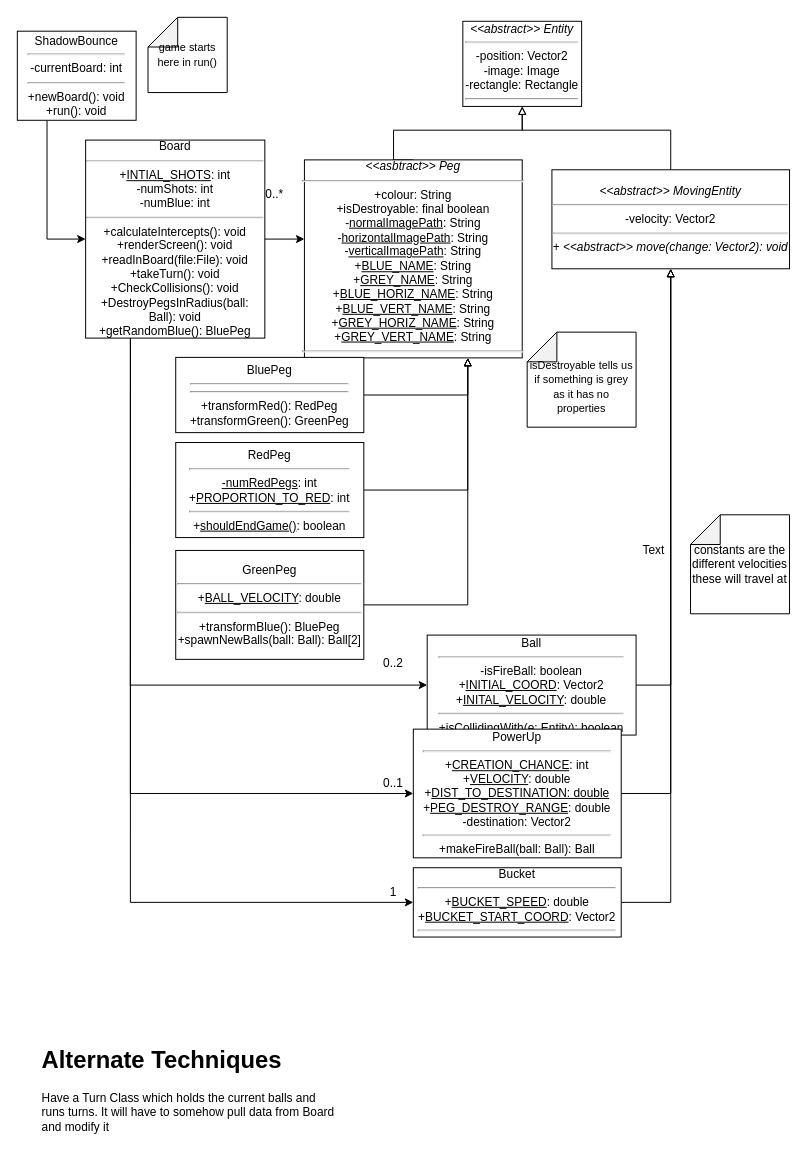
Earlier version of the draw.io diagram Untitled Diagram.drawio (adleris/SWEN20003). Source tidied: cells renumbered, new cells numbered last; positions are measured from the earlier drawing's top-left corner, leaving out a move shared by most shapes. Both pictures are drawn from the tidied source at 99%, with x=0, y=0 at pixel (17, 17).
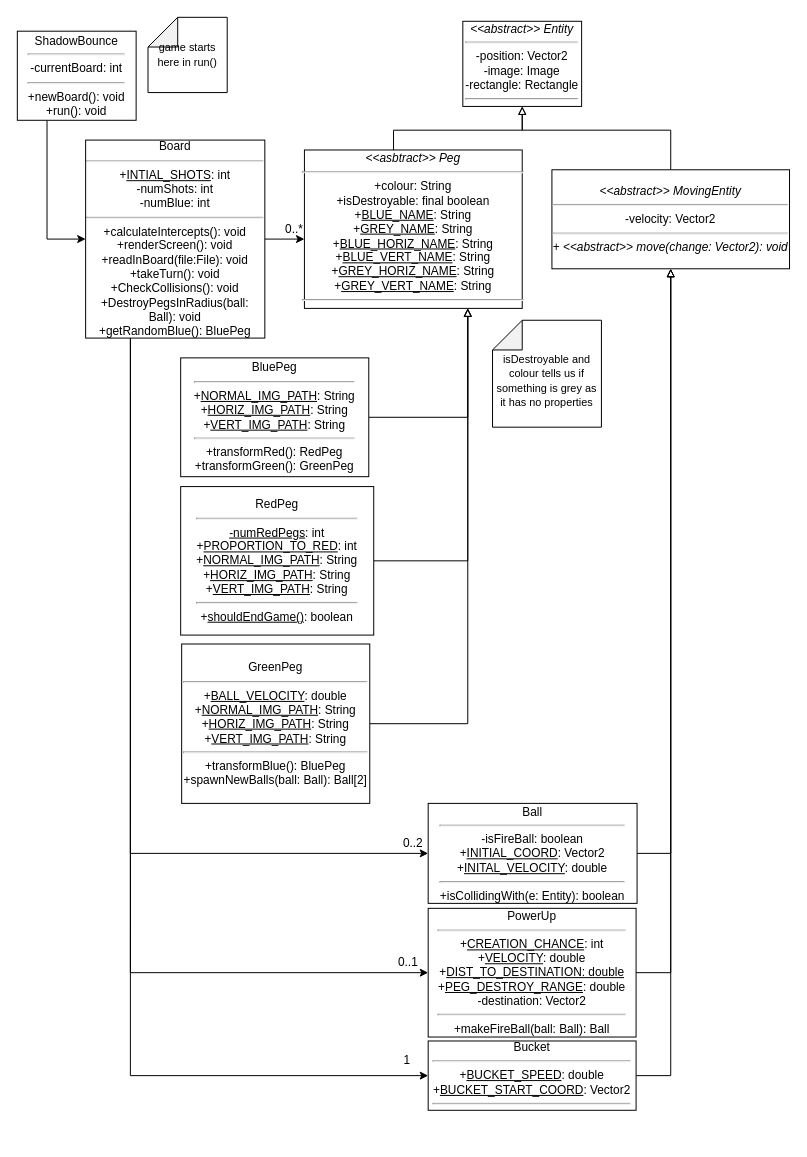
The same page after the edit.

Commit message:
moved peg constants to their subclasses

The edit, as a diff of the source:
```diff
@@
-    <mxCell id="8" value="&lt;i&gt;&amp;lt;&amp;lt;asbtract&amp;gt;&amp;gt; Peg&lt;br&gt;&lt;/i&gt;&lt;hr&gt;+colour: String&lt;br&gt;+isDestroyable: final boolean&lt;br&gt;-&lt;u&gt;normalImagePath&lt;/u&gt;: String&lt;br&gt;-&lt;u&gt;horizontalImagePath&lt;/u&gt;: String&lt;br&gt;-&lt;u&gt;verticalImagePath&lt;/u&gt;: String&lt;br&gt;&lt;div style=&quot;direction: ltr&quot;&gt;&lt;div style=&quot;direction: ltr ; margin-top: 0in ; margin-left: 0in ; width: 2.3277in&quot;&gt;&lt;div style=&quot;direction: ltr ; margin-top: 0in ; margin-left: 0in ; width: 2.3277in&quot;&gt;&lt;p style=&quot;margin: 0in&quot;&gt;+&lt;u&gt;BLUE_NAME&lt;/u&gt;: String&lt;/p&gt;&lt;p style=&quot;margin: 0in&quot;&gt;+&lt;u&gt;GREY_NAME&lt;/u&gt;: String&lt;/p&gt;&lt;p style=&quot;margin: 0in&quot;&gt;+&lt;u&gt;BLUE_HORIZ_NAME&lt;/u&gt;: String&lt;/p&gt;&lt;p style=&quot;margin: 0in&quot;&gt;+&lt;u&gt;BLUE_VERT_NAME&lt;/u&gt;: String&lt;/p&gt;&lt;p style=&quot;margin: 0in&quot;&gt;+&lt;u&gt;GREY_HORIZ_NAME&lt;/u&gt;: String&lt;/p&gt;&lt;p style=&quot;margin: 0in&quot;&gt;+&lt;u&gt;GREY_VERT_NAME&lt;/u&gt;: String&lt;/p&gt;&lt;hr&gt;&lt;/div&gt;&lt;/div&gt;&lt;/div&gt;" style="rounded=0;whiteSpace=wrap;html=1;strokeColor=#000000;align=center;" parent="1" vertex="1">
-      <mxGeometry x="290" y="144" width="220" height="200" as="geometry" />
+    <mxCell id="8" value="&lt;i&gt;&amp;lt;&amp;lt;asbtract&amp;gt;&amp;gt; Peg&lt;br&gt;&lt;/i&gt;&lt;hr&gt;+colour: String&lt;br&gt;+isDestroyable: final boolean&lt;br&gt;&lt;div style=&quot;direction: ltr&quot;&gt;&lt;div style=&quot;direction: ltr ; margin-top: 0in ; margin-left: 0in ; width: 2.3277in&quot;&gt;&lt;div style=&quot;direction: ltr ; margin-top: 0in ; margin-left: 0in ; width: 2.3277in&quot;&gt;&lt;p style=&quot;margin: 0in&quot;&gt;+&lt;u&gt;BLUE_NAME&lt;/u&gt;: String&lt;/p&gt;&lt;p style=&quot;margin: 0in&quot;&gt;+&lt;u&gt;GREY_NAME&lt;/u&gt;: String&lt;/p&gt;&lt;p style=&quot;margin: 0in&quot;&gt;+&lt;u&gt;BLUE_HORIZ_NAME&lt;/u&gt;: String&lt;/p&gt;&lt;p style=&quot;margin: 0in&quot;&gt;+&lt;u&gt;BLUE_VERT_NAME&lt;/u&gt;: String&lt;/p&gt;&lt;p style=&quot;margin: 0in&quot;&gt;+&lt;u&gt;GREY_HORIZ_NAME&lt;/u&gt;: String&lt;/p&gt;&lt;p style=&quot;margin: 0in&quot;&gt;+&lt;u&gt;GREY_VERT_NAME&lt;/u&gt;: String&lt;/p&gt;&lt;hr&gt;&lt;/div&gt;&lt;/div&gt;&lt;/div&gt;" style="rounded=0;whiteSpace=wrap;html=1;strokeColor=#000000;align=center;" parent="1" vertex="1">
+      <mxGeometry x="290" y="134" width="220" height="160" as="geometry" />
     </mxCell>
@@
-    <mxCell id="10" value="BluePeg&lt;hr&gt;&lt;hr&gt;+transformRed(): RedPeg&lt;br&gt;+transformGreen(): GreenPeg" style="rounded=0;whiteSpace=wrap;html=1;direction=west;" parent="1" vertex="1">
-      <mxGeometry x="160" y="343.5" width="190" height="76" as="geometry" />
+    <mxCell id="10" value="BluePeg&lt;hr&gt;+&lt;u&gt;NORMAL_IMG_PATH&lt;/u&gt;: String&lt;br&gt;+&lt;u&gt;HORIZ_IMG_PATH&lt;/u&gt;: String&lt;br&gt;+&lt;u&gt;VERT_IMG_PATH&lt;/u&gt;: String&lt;hr&gt;+transformRed(): RedPeg&lt;br&gt;+transformGreen(): GreenPeg" style="rounded=0;whiteSpace=wrap;html=1;direction=west;" parent="1" vertex="1">
+      <mxGeometry x="165" y="344" width="190" height="120" as="geometry" />
     </mxCell>
@@
-    <mxCell id="13" value="RedPeg&lt;hr&gt;&lt;u&gt;-numRedPegs&lt;/u&gt;: int&lt;br&gt;+&lt;u&gt;PROPORTION_TO_RED&lt;/u&gt;: int&lt;br&gt;&lt;hr&gt;+&lt;u&gt;shouldEndGame()&lt;/u&gt;: boolean" style="rounded=0;whiteSpace=wrap;html=1;" parent="1" vertex="1">
-      <mxGeometry x="160" y="429.5" width="190" height="96" as="geometry" />
+    <mxCell id="13" value="RedPeg&lt;hr&gt;&lt;u&gt;-numRedPegs&lt;/u&gt;: int&lt;br&gt;+&lt;u&gt;PROPORTION_TO_RED&lt;/u&gt;: int&lt;br&gt;+&lt;u&gt;NORMAL_IMG_PATH&lt;/u&gt;: String&lt;br&gt;+&lt;u&gt;HORIZ_IMG_PATH&lt;/u&gt;: String&lt;br&gt;+&lt;u&gt;VERT_IMG_PATH&lt;/u&gt;: String&lt;br&gt;&lt;hr&gt;+&lt;u&gt;shouldEndGame()&lt;/u&gt;: boolean" style="rounded=0;whiteSpace=wrap;html=1;" parent="1" vertex="1">
+      <mxGeometry x="165" y="474" width="195" height="150" as="geometry" />
     </mxCell>
@@
-    <mxCell id="15" value="GreenPeg&lt;hr&gt;+&lt;u&gt;BALL_VELOCITY&lt;/u&gt;: double&lt;br&gt;&lt;hr&gt;+transformBlue(): BluePeg&lt;br&gt;+spawnNewBalls(ball: Ball): Ball[2]" style="rounded=0;whiteSpace=wrap;html=1;" parent="1" vertex="1">
-      <mxGeometry x="160" y="538.5" width="190" height="110" as="geometry" />
+    <mxCell id="15" value="GreenPeg&lt;hr&gt;+&lt;u&gt;BALL_VELOCITY&lt;/u&gt;: double&lt;br&gt;+&lt;u&gt;NORMAL_IMG_PATH&lt;/u&gt;: String&lt;br&gt;+&lt;u&gt;HORIZ_IMG_PATH&lt;/u&gt;: String&lt;br&gt;+&lt;u&gt;VERT_IMG_PATH&lt;/u&gt;: String&lt;br&gt;&lt;hr&gt;+transformBlue(): BluePeg&lt;br&gt;+spawnNewBalls(ball: Ball): Ball[2]" style="rounded=0;whiteSpace=wrap;html=1;" parent="1" vertex="1">
+      <mxGeometry x="166" y="633" width="190" height="161" as="geometry" />
     </mxCell>
@@
     <mxCell id="17" value="Ball&lt;hr&gt;-isFireBall: boolean&lt;br&gt;+&lt;u&gt;INITIAL_COORD&lt;/u&gt;: Vector2&lt;br&gt;+&lt;u&gt;INITAL_VELOCITY&lt;/u&gt;: double&lt;br&gt;&lt;hr&gt;+isCollidingWith(e: Entity): boolean" style="rounded=0;whiteSpace=wrap;html=1;" parent="1" vertex="1">
-      <mxGeometry x="414" y="624" width="211" height="101" as="geometry" />
+      <mxGeometry x="415" y="794" width="211" height="101" as="geometry" />
     </mxCell>
     <mxCell id="18" value="0..2" style="text;html=1;strokeColor=none;fillColor=none;align=center;verticalAlign=middle;whiteSpace=wrap;rounded=0;" parent="1" vertex="1">
-      <mxGeometry x="360" y="642.5" width="40" height="20" as="geometry" />
+      <mxGeometry x="380" y="824.5" width="40" height="20" as="geometry" />
     </mxCell>
@@
     <mxCell id="22" value="PowerUp&lt;hr&gt;+&lt;u&gt;CREATION_CHANCE&lt;/u&gt;: int&lt;br&gt;+&lt;u&gt;VELOCITY&lt;/u&gt;: double&lt;br&gt;+&lt;u&gt;DIST_TO_DESTINATION: double&lt;br&gt;&lt;/u&gt;+&lt;u&gt;PEG_DESTROY_RANGE&lt;/u&gt;: double&lt;br&gt;-destination: Vector2&lt;br&gt;&lt;hr&gt;+makeFireBall(ball: Ball): Ball" style="rounded=0;whiteSpace=wrap;html=1;" parent="1" vertex="1">
-      <mxGeometry x="400" y="719" width="210" height="130" as="geometry" />
+      <mxGeometry x="415" y="900" width="210" height="130" as="geometry" />
     </mxCell>
@@
     <mxCell id="24" value="Bucket&lt;hr&gt;+&lt;u&gt;BUCKET_SPEED&lt;/u&gt;: double&lt;br&gt;+&lt;u&gt;BUCKET_START_COORD&lt;/u&gt;: Vector2&lt;br&gt;&lt;hr&gt;" style="rounded=0;whiteSpace=wrap;html=1;" parent="1" vertex="1">
-      <mxGeometry x="400" y="859" width="210" height="70" as="geometry" />
+      <mxGeometry x="415" y="1034" width="210" height="70" as="geometry" />
     </mxCell>
     <mxCell id="25" value="0..1" style="text;html=1;strokeColor=none;fillColor=none;align=center;verticalAlign=middle;whiteSpace=wrap;rounded=0;" parent="1" vertex="1">
-      <mxGeometry x="360" y="764" width="40" height="20" as="geometry" />
+      <mxGeometry x="375" y="945" width="40" height="20" as="geometry" />
     </mxCell>
     <mxCell id="26" value="1" style="text;html=1;strokeColor=none;fillColor=none;align=center;verticalAlign=middle;whiteSpace=wrap;rounded=0;" parent="1" vertex="1">
-      <mxGeometry x="360" y="874" width="40" height="20" as="geometry" />
+      <mxGeometry x="374" y="1044" width="40" height="20" as="geometry" />
     </mxCell>
     <mxCell id="27" value="0..*" style="text;html=1;strokeColor=none;fillColor=none;align=center;verticalAlign=middle;whiteSpace=wrap;rounded=0;" parent="1" vertex="1">
-      <mxGeometry x="240" y="169" width="40" height="20" as="geometry" />
+      <mxGeometry x="260" y="204" width="40" height="20" as="geometry" />
     </mxCell>
-    <mxCell id="28" value="&lt;font style=&quot;font-size: 11px&quot;&gt;&lt;br&gt;isDestroyable tells us if something is grey as it has no properties&lt;/font&gt;" style="shape=note;whiteSpace=wrap;html=1;backgroundOutline=1;darkOpacity=0.05;direction=north;" parent="1" vertex="1">
-      <mxGeometry x="515" y="318" width="110" height="96" as="geometry" />
+    <mxCell id="28" value="&lt;font style=&quot;font-size: 11px&quot;&gt;&lt;br&gt;isDestroyable and colour tells us if something is grey as it has no properties&lt;/font&gt;" style="shape=note;whiteSpace=wrap;html=1;backgroundOutline=1;darkOpacity=0.05;direction=north;" parent="1" vertex="1">
+      <mxGeometry x="480" y="306" width="110" height="108" as="geometry" />
     </mxCell>
@@
-    <mxCell id="32" value="&lt;h1&gt;Alternate Techniques&lt;/h1&gt;&lt;p&gt;Have a Turn Class which holds the current balls and runs turns. It will have to somehow pull data from Board and modify it&lt;/p&gt;" style="text;html=1;strokeColor=none;fillColor=none;spacing=5;spacingTop=-20;whiteSpace=wrap;overflow=hidden;rounded=0;" parent="1" vertex="1">
-      <mxGeometry x="20" y="1034" width="310" height="100" as="geometry" />
-    </mxCell>
-    <mxCell id="33" value="constants are the different velocities these will travel at" style="shape=note;whiteSpace=wrap;html=1;backgroundOutline=1;darkOpacity=0.05;direction=north;" parent="1" vertex="1">
-      <mxGeometry x="680" y="502.5" width="100" height="100" as="geometry" />
-    </mxCell>
-    <mxCell id="34" value="Text" style="text;html=1;align=left;verticalAlign=top;spacingTop=-4;" parent="1" vertex="1">
-      <mxGeometry x="630" y="529" width="40" height="20" as="geometry" />
-    </mxCell>
```
